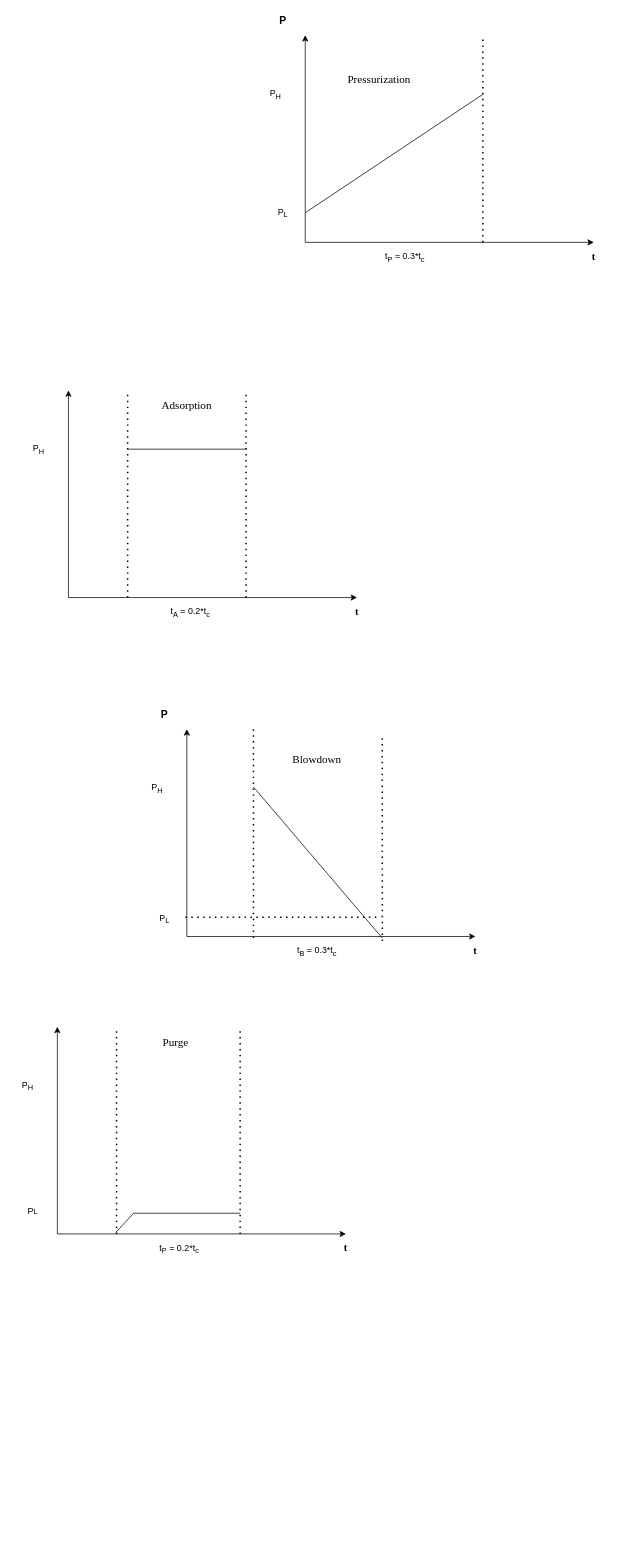
Satyam52/Ait keeps this draw.io diagram as Untitled Diagram.drawio. Above is the earlier version. Source tidied: cells renumbered, new cells numbered last; positions are measured from the earlier drawing's top-left corner, leaving out a move shared by most shapes. Both pictures are drawn from the tidied source at 74%, with x=0, y=0 at pixel (13, 13).
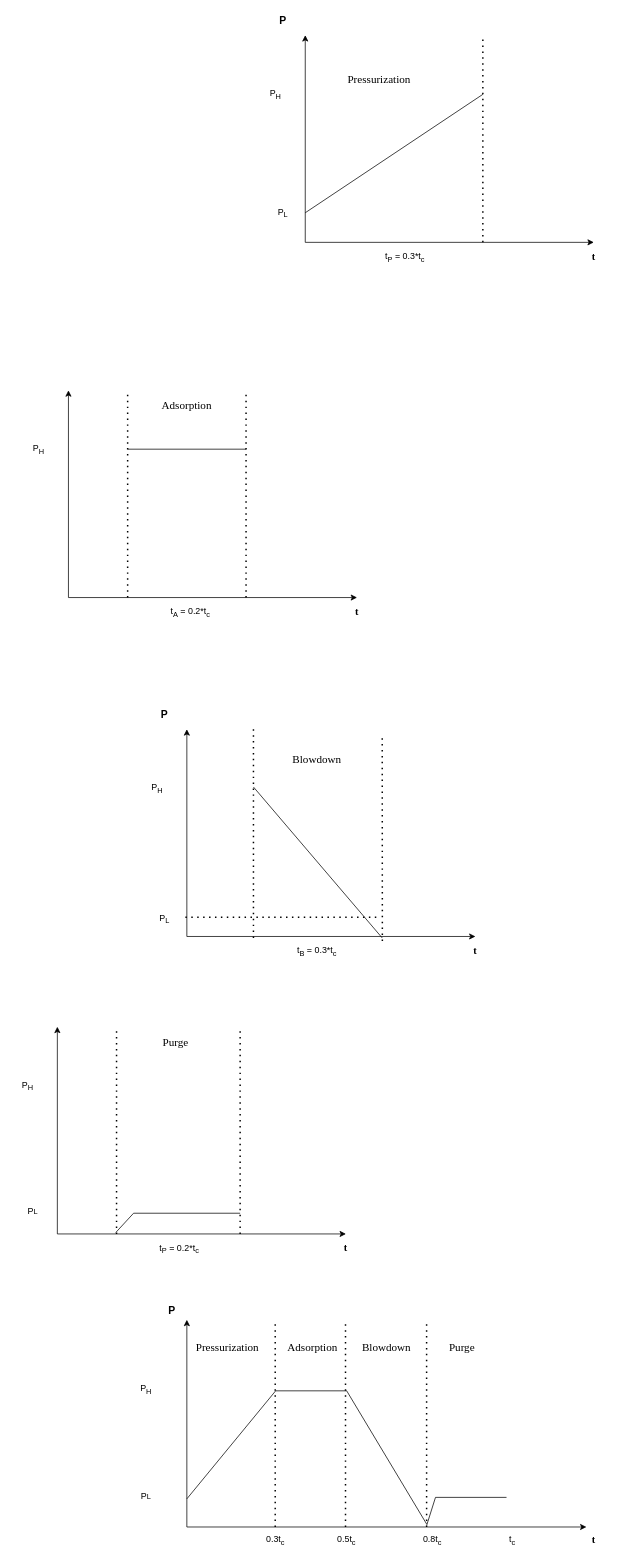
After the change.

The edit, as a diff of the source:
```diff
@@
+    <mxCell id="44" style="endArrow=classic;html=1;" parent="1" edge="1">
+      <mxGeometry relative="1" as="geometry">
+        <mxPoint x="235" y="2046" as="sourcePoint" />
+        <mxPoint x="775" y="2046" as="targetPoint" />
+      </mxGeometry>
+    </mxCell>
+    <mxCell id="45" style="endArrow=classic;html=1;" parent="1" edge="1">
+      <mxGeometry relative="1" as="geometry">
+        <mxPoint x="235" y="2046" as="sourcePoint" />
+        <mxPoint x="235" y="1766" as="targetPoint" />
+      </mxGeometry>
+    </mxCell>
+    <mxCell id="46" style="endArrow=none;dashed=1;html=1;dashPattern=1 3;strokeWidth=2;" parent="1" edge="1">
+      <mxGeometry relative="1" as="geometry">
+        <mxPoint x="354.4" y="2046" as="sourcePoint" />
+        <mxPoint x="354.4" y="1766" as="targetPoint" />
+      </mxGeometry>
+    </mxCell>
+    <mxCell id="47" value="&lt;b&gt;&lt;font face=&quot;Times New Roman&quot; style=&quot;font-size: 14px&quot;&gt;t&lt;/font&gt;&lt;/b&gt;" style="text;html=1;strokeColor=none;fillColor=none;align=center;verticalAlign=middle;whiteSpace=wrap;rounded=0;" parent="1" vertex="1">
+      <mxGeometry x="765" y="2054" width="40" height="20" as="geometry" />
+    </mxCell>
+    <mxCell id="48" style="endArrow=none;dashed=1;html=1;dashPattern=1 3;strokeWidth=2;" parent="1" edge="1">
+      <mxGeometry relative="1" as="geometry">
+        <mxPoint x="449.4" y="2046" as="sourcePoint" />
+        <mxPoint x="449.4" y="1766" as="targetPoint" />
+      </mxGeometry>
+    </mxCell>
+    <mxCell id="49" style="endArrow=none;dashed=1;html=1;dashPattern=1 3;strokeWidth=2;" parent="1" edge="1">
+      <mxGeometry relative="1" as="geometry">
+        <mxPoint x="559" y="2046" as="sourcePoint" />
+        <mxPoint x="559" y="1766" as="targetPoint" />
+      </mxGeometry>
+    </mxCell>
+    <mxCell id="50" value="P&lt;sub&gt;H&lt;/sub&gt;" style="text;html=1;strokeColor=none;fillColor=none;align=center;verticalAlign=middle;whiteSpace=wrap;rounded=0;" parent="1" vertex="1">
+      <mxGeometry x="160" y="1850" width="40" height="20" as="geometry" />
+    </mxCell>
+    <mxCell id="51" value="P&lt;span style=&quot;font-size: 10px&quot;&gt;L&lt;/span&gt;" style="text;html=1;strokeColor=none;fillColor=none;align=center;verticalAlign=middle;whiteSpace=wrap;rounded=0;" parent="1" vertex="1">
+      <mxGeometry x="160" y="1994" width="40" height="20" as="geometry" />
+    </mxCell>
+    <mxCell id="52" style="endArrow=none;html=1;" parent="1" edge="1">
+      <mxGeometry relative="1" as="geometry">
+        <mxPoint x="235" y="2008" as="sourcePoint" />
+        <mxPoint x="355" y="1862" as="targetPoint" />
+      </mxGeometry>
+    </mxCell>
+    <mxCell id="53" style="endArrow=none;html=1;" parent="1" edge="1">
+      <mxGeometry relative="1" as="geometry">
+        <mxPoint x="355" y="1862" as="sourcePoint" />
+        <mxPoint x="451" y="1862" as="targetPoint" />
+      </mxGeometry>
+    </mxCell>
+    <mxCell id="54" style="endArrow=none;html=1;" parent="1" edge="1">
+      <mxGeometry relative="1" as="geometry">
+        <mxPoint x="451" y="1862" as="sourcePoint" />
+        <mxPoint x="559" y="2042" as="targetPoint" />
+      </mxGeometry>
+    </mxCell>
+    <mxCell id="55" style="endArrow=none;html=1;" parent="1" edge="1">
+      <mxGeometry relative="1" as="geometry">
+        <mxPoint x="559" y="2044" as="sourcePoint" />
+        <mxPoint x="571" y="2006" as="targetPoint" />
+      </mxGeometry>
+    </mxCell>
+    <mxCell id="56" style="endArrow=none;html=1;" parent="1" edge="1">
+      <mxGeometry relative="1" as="geometry">
+        <mxPoint x="571" y="2006" as="sourcePoint" />
+        <mxPoint x="667" y="2006" as="targetPoint" />
+      </mxGeometry>
+    </mxCell>
+    <mxCell id="57" value="&lt;span style=&quot;font-family: &amp;#34;times new roman&amp;#34; ; font-size: 15px&quot;&gt;Purge&lt;/span&gt;" style="text;html=1;strokeColor=none;fillColor=none;align=center;verticalAlign=middle;whiteSpace=wrap;rounded=0;" parent="1" vertex="1">
+      <mxGeometry x="587" y="1790" width="40" height="26" as="geometry" />
+    </mxCell>
+    <mxCell id="58" value="&lt;span style=&quot;font-family: &amp;#34;times new roman&amp;#34; ; font-size: 15px&quot;&gt;Adsorption&lt;/span&gt;" style="text;html=1;strokeColor=none;fillColor=none;align=center;verticalAlign=middle;whiteSpace=wrap;rounded=0;" parent="1" vertex="1">
+      <mxGeometry x="385" y="1790" width="40" height="26" as="geometry" />
+    </mxCell>
+    <mxCell id="59" value="&lt;span style=&quot;font-family: &amp;#34;times new roman&amp;#34; ; font-size: 15px&quot;&gt;Pressurization&lt;/span&gt;" style="text;html=1;strokeColor=none;fillColor=none;align=center;verticalAlign=middle;whiteSpace=wrap;rounded=0;" parent="1" vertex="1">
+      <mxGeometry x="270" y="1790" width="40" height="26" as="geometry" />
+    </mxCell>
+    <mxCell id="60" value="&lt;span style=&quot;font-family: &amp;#34;times new roman&amp;#34; ; font-size: 15px&quot;&gt;Blowdown&lt;/span&gt;" style="text;html=1;strokeColor=none;fillColor=none;align=center;verticalAlign=middle;whiteSpace=wrap;rounded=0;" parent="1" vertex="1">
+      <mxGeometry x="485" y="1790" width="40" height="26" as="geometry" />
+    </mxCell>
+    <mxCell id="61" value="0.3t&lt;sub&gt;c&lt;/sub&gt;" style="text;html=1;strokeColor=none;fillColor=none;align=center;verticalAlign=middle;whiteSpace=wrap;rounded=0;" parent="1" vertex="1">
+      <mxGeometry x="335" y="2054" width="40" height="20" as="geometry" />
+    </mxCell>
+    <mxCell id="62" value="0.5t&lt;sub&gt;c&lt;/sub&gt;" style="text;html=1;strokeColor=none;fillColor=none;align=center;verticalAlign=middle;whiteSpace=wrap;rounded=0;" parent="1" vertex="1">
+      <mxGeometry x="431" y="2054" width="40" height="20" as="geometry" />
+    </mxCell>
+    <mxCell id="63" value="0.8t&lt;sub&gt;c&lt;/sub&gt;" style="text;html=1;strokeColor=none;fillColor=none;align=center;verticalAlign=middle;whiteSpace=wrap;rounded=0;" parent="1" vertex="1">
+      <mxGeometry x="547" y="2054" width="40" height="20" as="geometry" />
+    </mxCell>
+    <mxCell id="64" value="t&lt;sub&gt;c&lt;/sub&gt;" style="text;html=1;strokeColor=none;fillColor=none;align=center;verticalAlign=middle;whiteSpace=wrap;rounded=0;" parent="1" vertex="1">
+      <mxGeometry x="655" y="2054" width="40" height="20" as="geometry" />
+    </mxCell>
+    <mxCell id="65" value="&lt;b&gt;&lt;font style=&quot;font-size: 14px&quot;&gt;P&lt;/font&gt;&lt;/b&gt;" style="text;html=1;strokeColor=none;fillColor=none;align=center;verticalAlign=middle;whiteSpace=wrap;rounded=0;" parent="1" vertex="1">
+      <mxGeometry x="195" y="1744" width="40" height="20" as="geometry" />
+    </mxCell>
```
